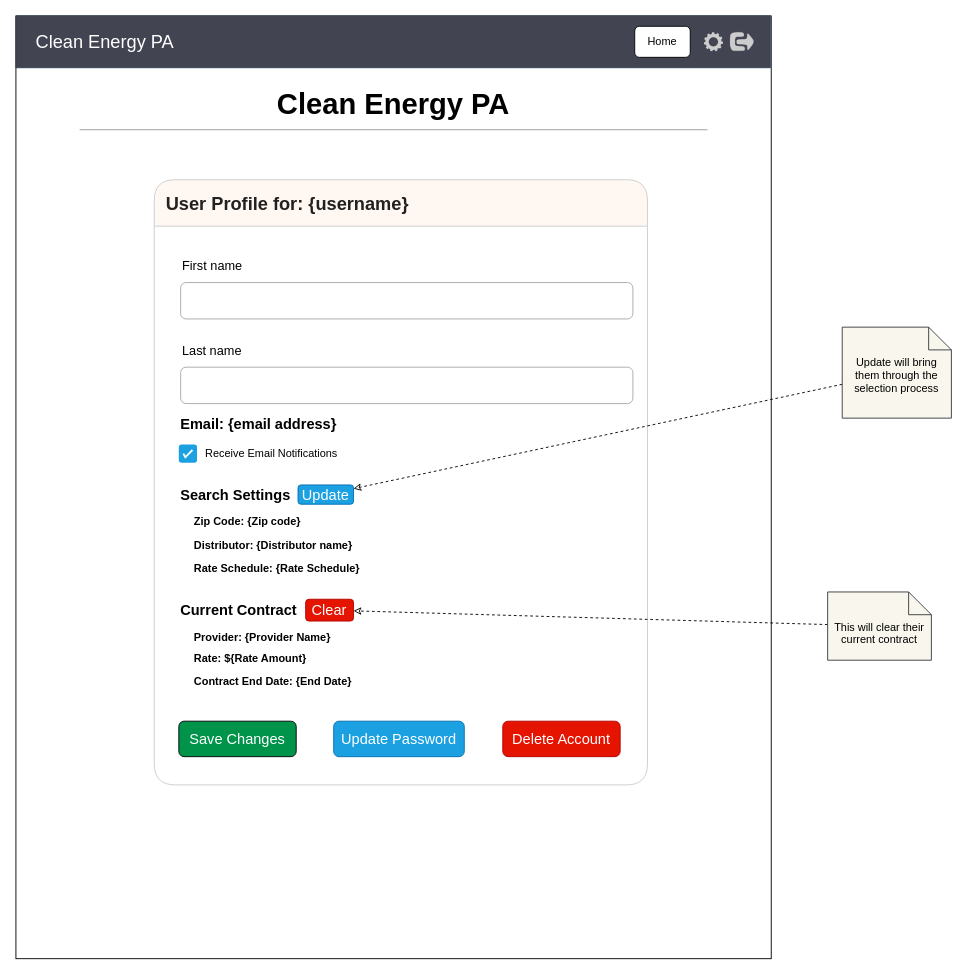
Earlier version of the draw.io diagram page "User Profile" (8 of 8) of documentation/diagrams/Wireframes.drawio (PSUCapstone2023-Group1/Clean-Energy-PA). Source tidied: cells renumbered, new cells numbered last; positions are measured from the earlier drawing's top-left corner, leaving out a move shared by most shapes. Both pictures are drawn from the tidied source at 91%, with x=0, y=0 at pixel (15, 15).
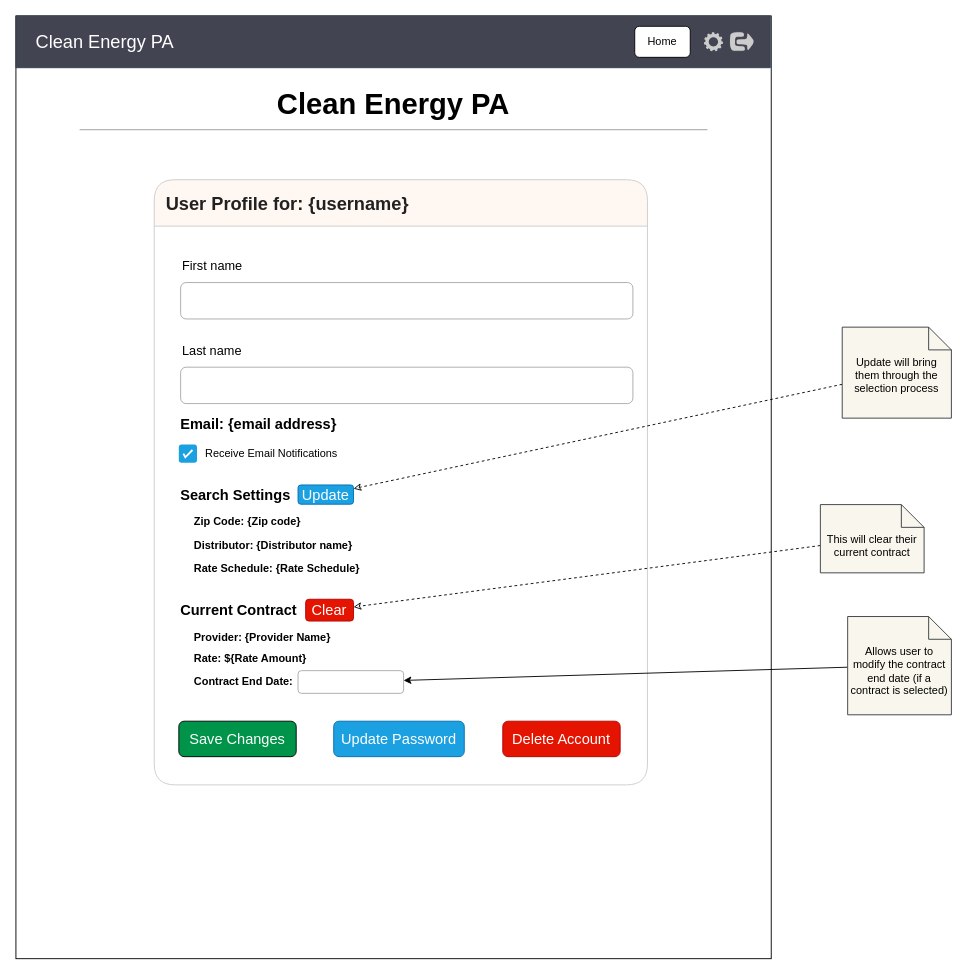
The same page after the edit.

Commit message:
Updated User Profile Wireframe

The change refers to these unchanged cells:
```xml
<mxCell id="13" value="&lt;font color=&quot;#212121&quot; style=&quot;font-size: 20px;&quot;&gt;&amp;nbsp; User Profile for: {username}&lt;/font&gt;" style="swimlane;whiteSpace=wrap;html=1;rounded=1;shadow=0;fillStyle=auto;strokeColor=#CCCCCC;strokeWidth=1;fontSize=10;fontColor=#CCCCCC;fillColor=#FFF7F2;gradientColor=none;startSize=51;align=left;" parent="4" vertex="1">
  <mxGeometry x="152" y="180" width="542" height="665" as="geometry" />
</mxCell>
```

Change to the diagram source:
```diff
@@
-    <mxCell id="28" value="Contract End Date: {End Date}" style="text;strokeColor=none;align=left;fillColor=none;html=1;verticalAlign=middle;whiteSpace=wrap;rounded=0;fontStyle=1;fontSize=12;" parent="13" vertex="1">
+    <mxCell id="28" value="Contract End Date:" style="text;strokeColor=none;align=left;fillColor=none;html=1;verticalAlign=middle;whiteSpace=wrap;rounded=0;fontStyle=1;fontSize=12;" parent="13" vertex="1">
       <mxGeometry x="41.5" y="537" width="346.5" height="30" as="geometry" />
     </mxCell>
@@
+    <mxCell id="47" style="rounded=1;whiteSpace=wrap;html=1;fontStyle=1;strokeColor=#A8A8A8;align=left;" parent="13" vertex="1">
+      <mxGeometry x="158" y="539.5" width="116" height="24.9" as="geometry" />
+    </mxCell>
@@
     <mxCell id="46" value="This will clear their current contract" style="shape=note2;boundedLbl=1;whiteSpace=wrap;html=1;size=25;verticalAlign=top;align=center;rounded=1;shadow=0;fillStyle=auto;strokeColor=#36393d;strokeWidth=1;fontSize=12;fillColor=#f9f7ed;" parent="1" vertex="1">
-      <mxGeometry x="892" y="633" width="114" height="75" as="geometry" />
+      <mxGeometry x="884" y="537" width="114" height="75" as="geometry" />
     </mxCell>
+    <mxCell id="48" style="edgeStyle=none;html=1;" parent="1" edge="1" source="49" target="47">
+      <mxGeometry relative="1" as="geometry" />
+    </mxCell>
+    <mxCell id="49" value="Allows user to modify the contract end date (if a contract is selected)" style="shape=note2;boundedLbl=1;whiteSpace=wrap;html=1;size=25;verticalAlign=top;align=center;rounded=1;shadow=0;fillStyle=auto;strokeColor=#36393d;strokeWidth=1;fontSize=12;fillColor=#f9f7ed;" parent="1" vertex="1">
+      <mxGeometry x="914" y="660" width="114" height="108" as="geometry" />
+    </mxCell>
```
